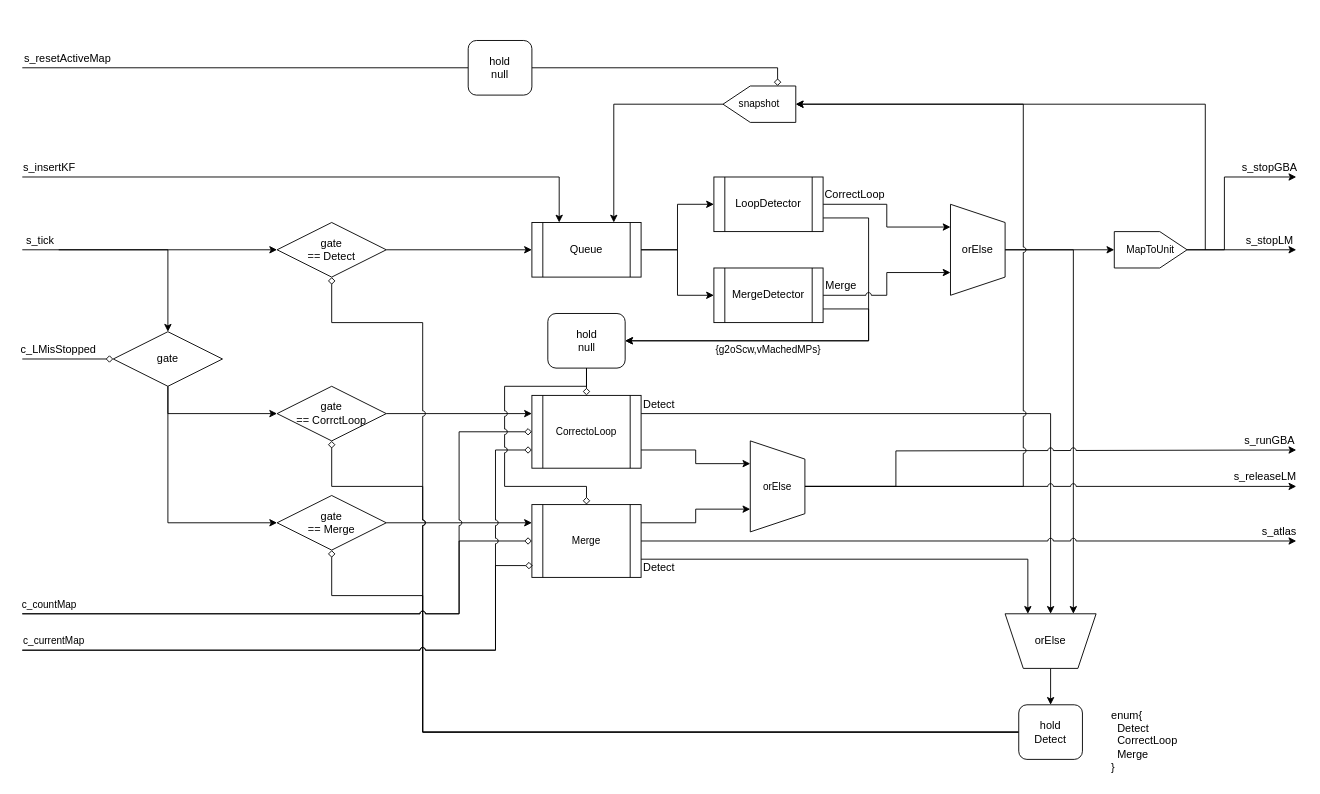
Before: images/LoopClosingFRP.drawio in suzuki-taro-unofficial/ORB-SLAM3-decoding, a draw.io diagram. Source tidied: cells renumbered, new cells numbered last; positions are measured from the earlier drawing's top-left corner, leaving out a move shared by most shapes. Both pictures are drawn from the tidied source at 91%, with x=0, y=0 at pixel (22, 40).
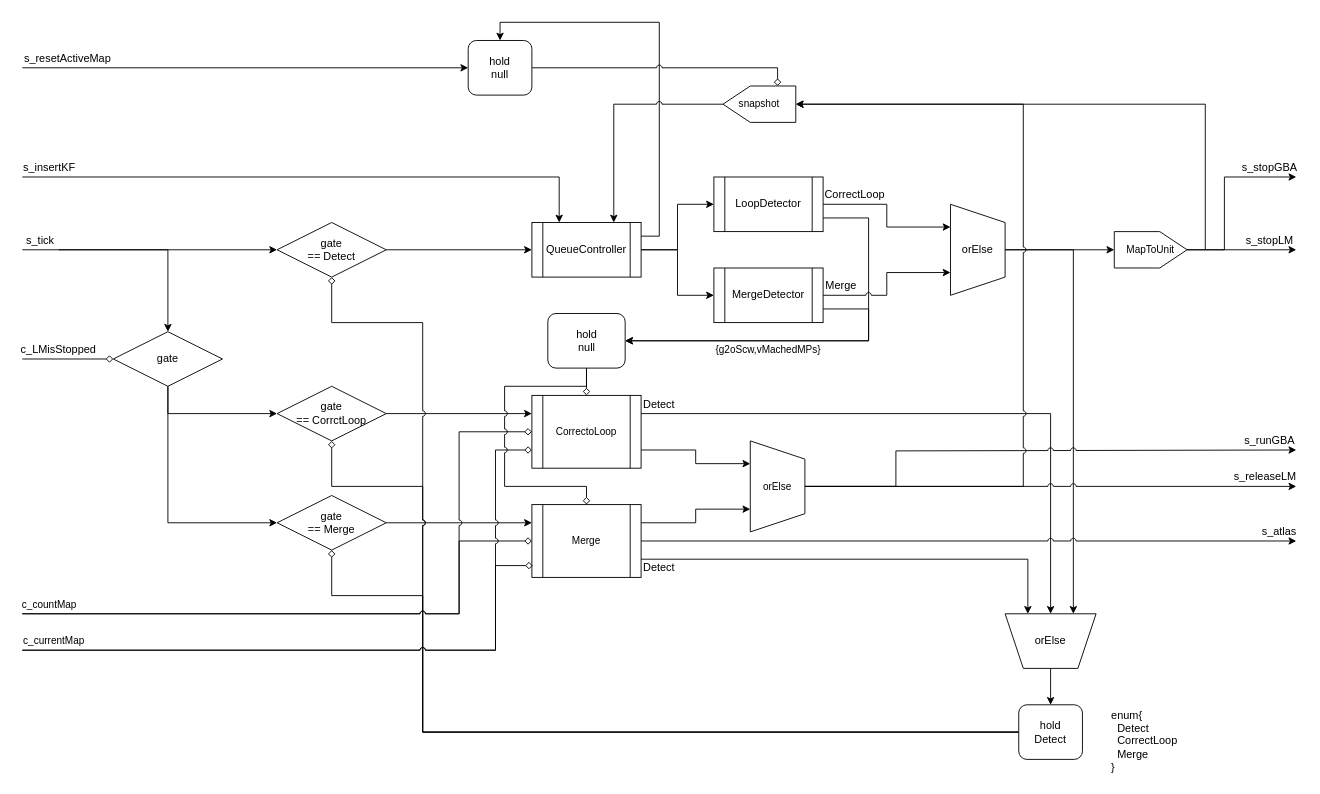
The same page after the edit.

Commit message (it also covers changes not shown here):
LoopClosingのネットワーク図の更新

Unchanged cells that the change refers to:
```xml
<mxCell id="72" value="hold&lt;div&gt;null&lt;/div&gt;" style="rounded=1;whiteSpace=wrap;html=1;" parent="1" vertex="1">
  <mxGeometry x="490" width="70" height="60" as="geometry" />
</mxCell>
```

What changed in the source:
```diff
@@
+    <mxCell id="77" style="edgeStyle=orthogonalEdgeStyle;shape=connector;rounded=0;jumpStyle=arc;jettySize=auto;html=1;exitX=1;exitY=0.25;exitDx=0;exitDy=0;entryX=0.5;entryY=0;entryDx=0;entryDy=0;strokeColor=default;align=center;verticalAlign=middle;fontFamily=Helvetica;fontSize=11;fontColor=default;labelBackgroundColor=default;endArrow=classic;" parent="1" edge="1" source="10" target="72">
+      <mxGeometry relative="1" as="geometry" />
+    </mxCell>
-    <mxCell id="10" value="Queue" style="shape=process;whiteSpace=wrap;html=1;backgroundOutline=1;" parent="1" vertex="1">
+    <mxCell id="10" value="QueueController" style="shape=process;whiteSpace=wrap;html=1;backgroundOutline=1;" parent="1" vertex="1">
       <mxGeometry x="560" y="200" width="120" height="60" as="geometry" />
     </mxCell>
@@
-    <mxCell id="69" style="endArrow=none;html=1;rounded=0;strokeColor=default;align=center;verticalAlign=middle;fontFamily=Helvetica;fontSize=11;fontColor=default;labelBackgroundColor=default;jumpStyle=arc;" parent="1" edge="1" source="72">
-      <mxGeometry relative="1" as="geometry">
-        <mxPoint y="30" as="targetPoint" />
-      </mxGeometry>
-    </mxCell>
@@
+    <mxCell id="78" style="endArrow=classic;html=1;rounded=0;strokeColor=default;align=center;verticalAlign=middle;fontFamily=Helvetica;fontSize=11;fontColor=default;labelBackgroundColor=default;edgeStyle=orthogonalEdgeStyle;jumpStyle=arc;entryX=0;entryY=0.5;entryDx=0;entryDy=0;" parent="1" edge="1" target="72">
+      <mxGeometry relative="1" as="geometry">
+        <mxPoint y="30" as="sourcePoint" />
+      </mxGeometry>
+    </mxCell>
```
